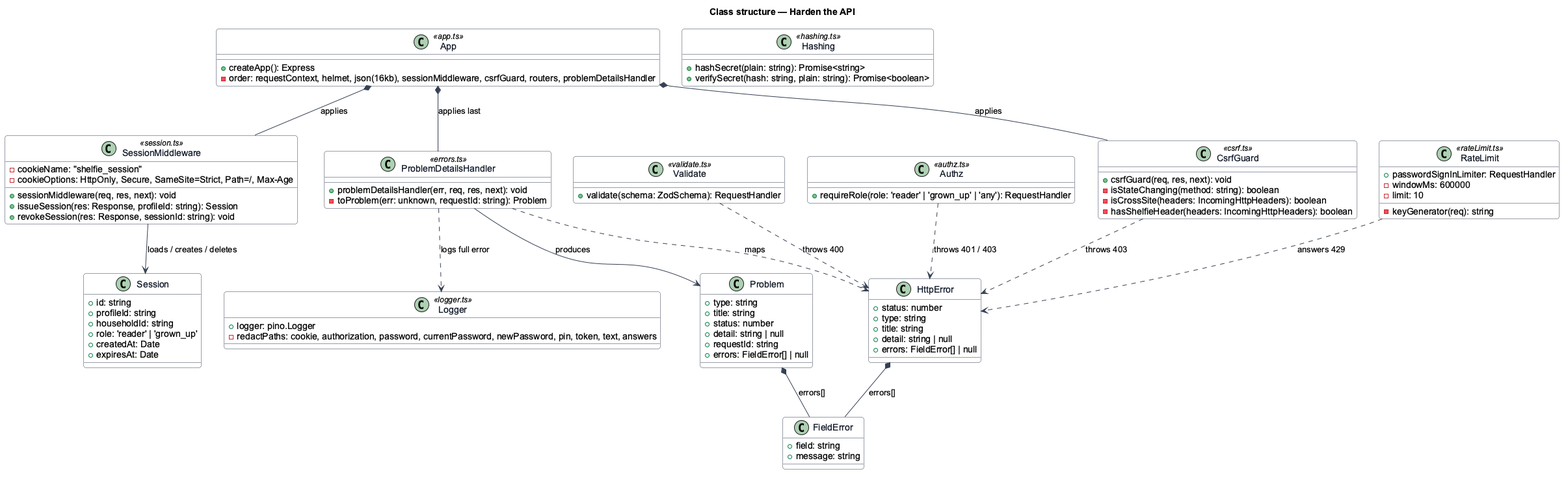
This is docs/detailed-designs/platform/harden-api/diagrams/class-structure.png from QuinntyneBrown/shelfie, a PlantUML export, as it was before one commit.
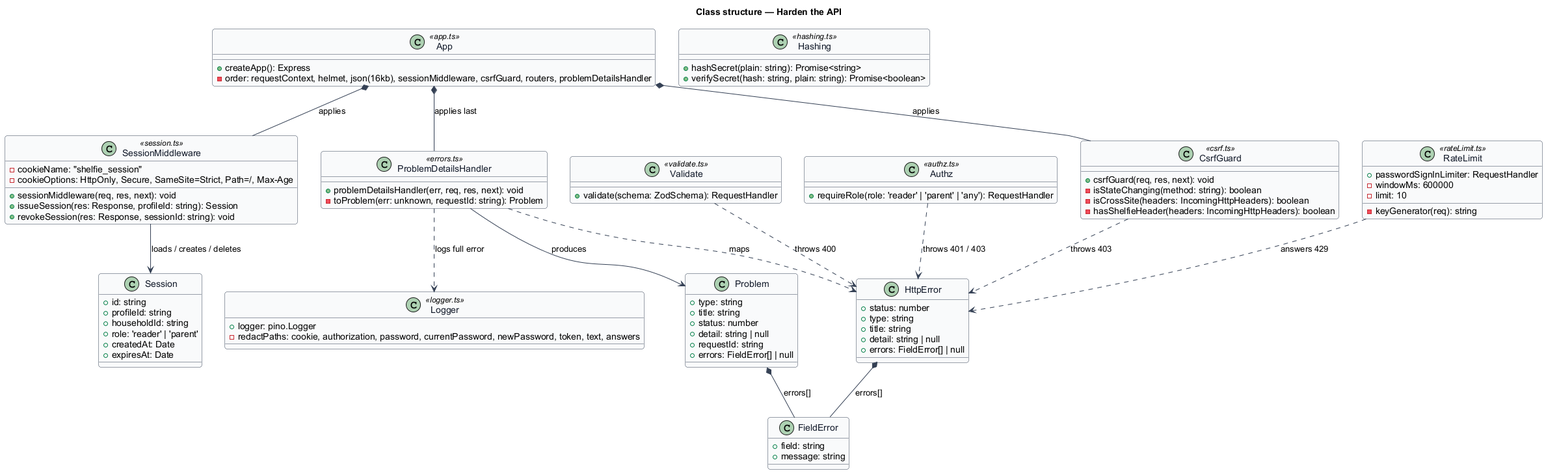
Later version of the same file.

Change to the diagram source:
```diff
@@ -28,7 +28,7 @@
   +id: string
   +profileId: string
   +householdId: string
-  +role: 'reader' | 'grown_up'
+  +role: 'reader' | 'parent'
   +createdAt: Date
   +expiresAt: Date
 }
@@ -52,7 +52,7 @@
 }
 
 class Authz <<authz.ts>> {
-  +requireRole(role: 'reader' | 'grown_up' | 'any'): RequestHandler
+  +requireRole(role: 'reader' | 'parent' | 'any'): RequestHandler
 }
 
 class Hashing <<hashing.ts>> {
@@ -89,7 +89,7 @@
 
 class Logger <<logger.ts>> {
   +logger: pino.Logger
-  -redactPaths: cookie, authorization, password, currentPassword, newPassword, pin, token, text, answers
+  -redactPaths: cookie, authorization, password, currentPassword, newPassword, token, text, answers
 }
 
 App *-- SessionMiddleware : applies
```
